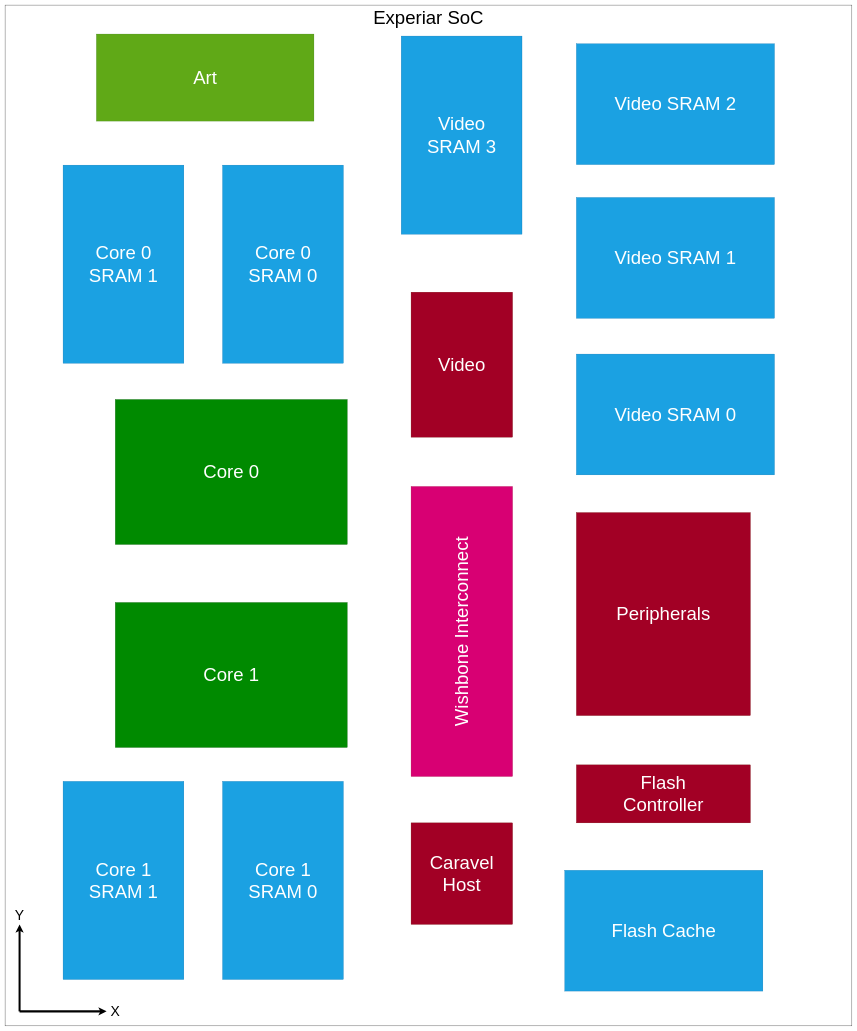
The draw.io diagram page "Chip" (1 of 2) of docs/Design/Macros.drawio in Wevel/ExperiarSoC, before the edit. Source tidied: cells renumbered, new cells numbered last; positions are measured from the earlier drawing's top-left corner, leaving out a move shared by most shapes. Both pictures are drawn from the tidied source at 29%, with x=0, y=0 at pixel (5, 5).
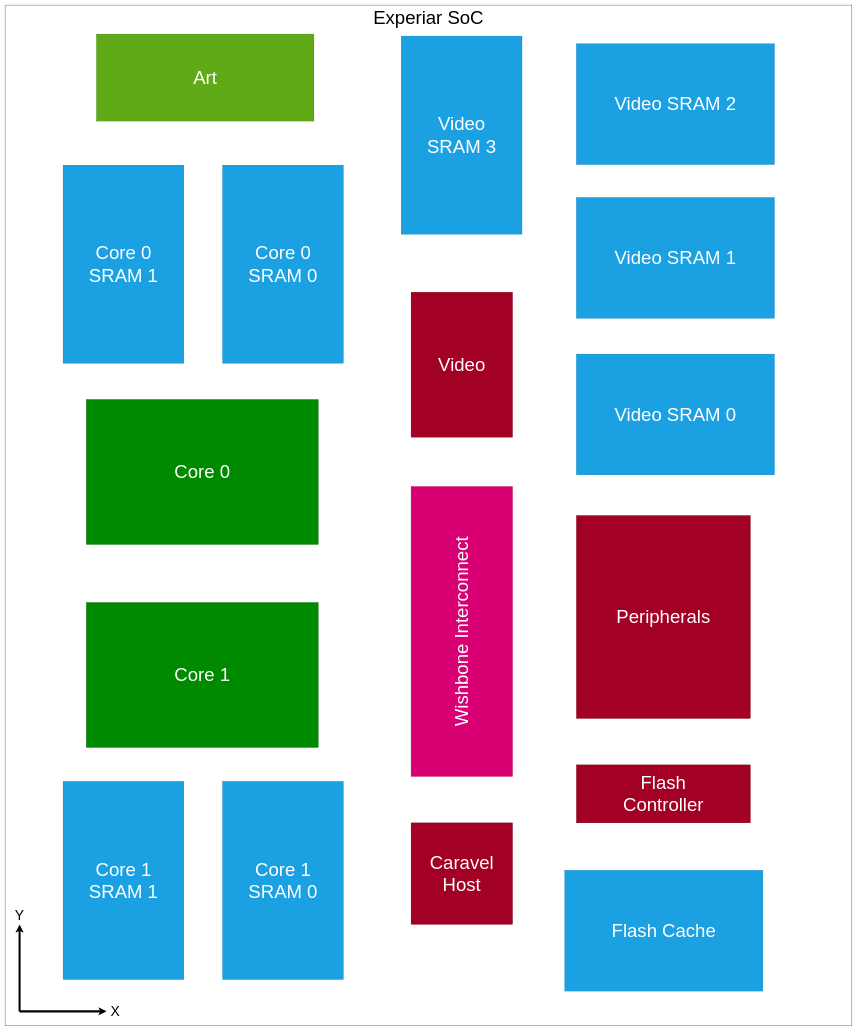
Above is the later version.

Unchanged cells that the change refers to:
```xml
<mxCell id="2" style="group;flipV=1;" parent="1" vertex="1">
  <mxGeometry width="2920" height="3520" as="geometry" />
</mxCell>
```

The edit, as a diff of the source:
```diff
@@
-    <mxCell id="3" value="&lt;font style=&quot;font-size: 64px&quot;&gt;Experiar SoC&lt;/font&gt;" style="rounded=0;whiteSpace=wrap;html=1;verticalAlign=top;flipV=0;direction=east;shadow=0;sketch=0;fillColor=default;gradientColor=none;glass=0;imageVerticalAlign=middle;noLabel=0;" parent="2" vertex="1">
+    <mxCell id="3" value="&lt;font style=&quot;font-size: 64px&quot;&gt;Experiar SoC&lt;/font&gt;" style="rounded=0;whiteSpace=wrap;html=1;verticalAlign=top;flipV=1;direction=east;shadow=0;sketch=0;fillColor=default;gradientColor=none;glass=0;imageVerticalAlign=middle;noLabel=0;" parent="2" vertex="1">
       <mxGeometry width="2920" height="3520" as="geometry" />
     </mxCell>
@@
     <mxCell id="5" value="&lt;font style=&quot;font-size: 64px&quot;&gt;Peripherals&lt;/font&gt;" style="rounded=0;whiteSpace=wrap;html=1;verticalAlign=middle;flipV=1;direction=east;shadow=0;sketch=0;fillColor=#a20025;glass=0;imageVerticalAlign=middle;noLabel=0;fontColor=#ffffff;strokeColor=#6F0000;" parent="2" vertex="1">
-      <mxGeometry x="1970" y="1750" width="600" height="700" as="geometry" />
+      <mxGeometry x="1970" y="1760" width="600" height="700" as="geometry" />
     </mxCell>
     <mxCell id="6" value="&lt;font style=&quot;font-size: 64px&quot;&gt;Core 0&lt;/font&gt;" style="rounded=0;whiteSpace=wrap;html=1;verticalAlign=middle;flipV=0;direction=east;shadow=0;sketch=0;fillColor=#008a00;glass=0;imageVerticalAlign=middle;noLabel=0;fontColor=#ffffff;strokeColor=#005700;" parent="2" vertex="1">
-      <mxGeometry x="380" y="1360" width="800" height="500" as="geometry" />
+      <mxGeometry x="280" y="1360" width="800" height="500" as="geometry" />
     </mxCell>
     <mxCell id="7" value="&lt;font style=&quot;font-size: 64px&quot;&gt;Core 1&lt;/font&gt;" style="rounded=0;whiteSpace=wrap;html=1;verticalAlign=middle;flipV=1;direction=east;shadow=0;sketch=0;fillColor=#008a00;glass=0;imageVerticalAlign=middle;noLabel=0;fontColor=#ffffff;strokeColor=#005700;" parent="2" vertex="1">
-      <mxGeometry x="380" y="2060" width="800" height="500" as="geometry" />
+      <mxGeometry x="280" y="2060" width="800" height="500" as="geometry" />
     </mxCell>
```
